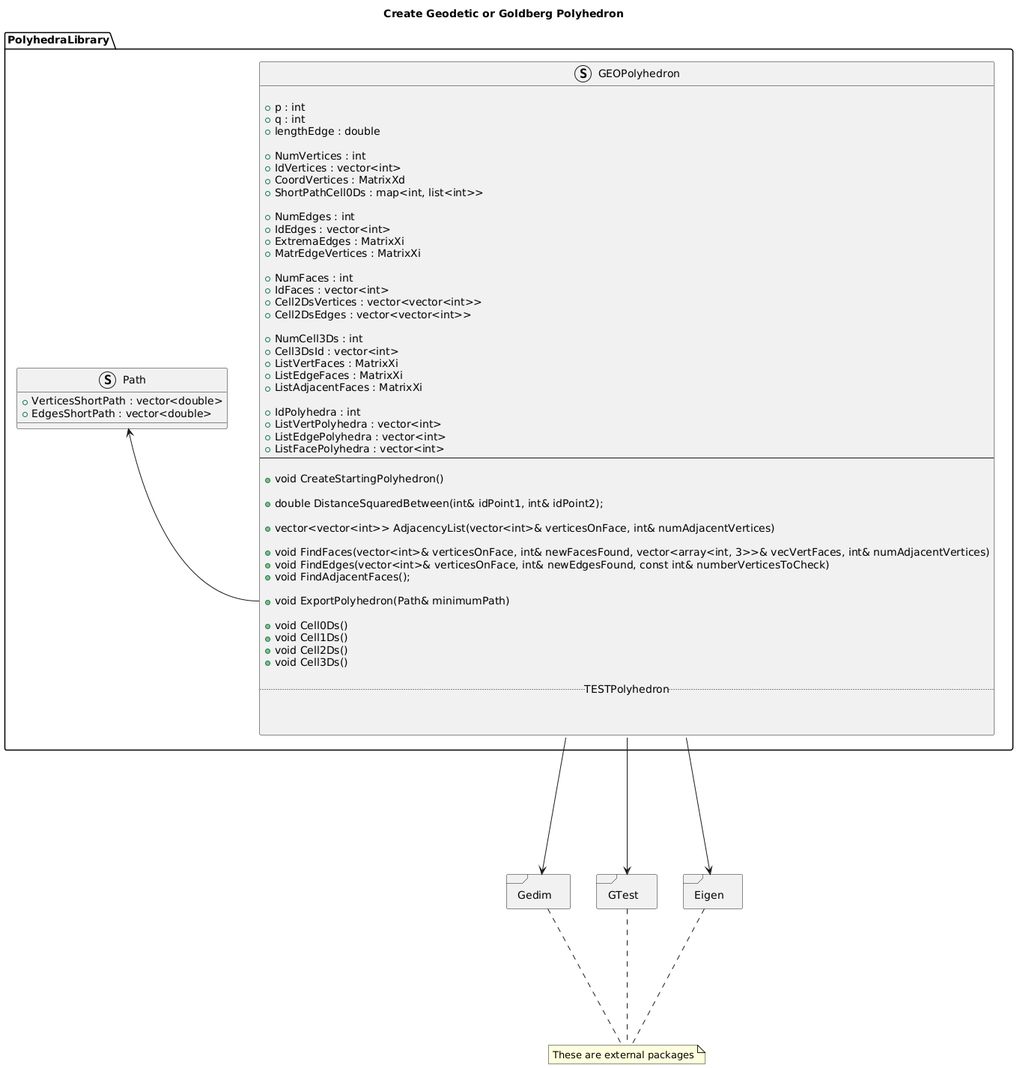
Before: Documentation/PNG_images/PolyhedraLibrary.png, a diagram exported from PlantUML (M4rc10n3/ProgettoPCS2025). The source it was exported from:
```plantuml
@startuml
title Create Geodetic or Goldberg Polyhedron

package PolyhedraLibrary <<Folder>>
{

struct Path {
  + VerticesShortPath : vector<double>
  + EdgesShortPath : vector<double>
  }

struct GEOPolyhedron {

  + p : int
  + q : int
  + lengthEdge : double

  + NumVertices : int
  + IdVertices : vector<int>
  + CoordVertices : MatrixXd
  + ShortPathCell0Ds : map<int, list<int>>

  + NumEdges : int
  + IdEdges : vector<int>
  + ExtremaEdges : MatrixXi
  + MatrEdgeVertices : MatrixXi

  + NumFaces : int
  + IdFaces : vector<int>
  + Cell2DsVertices : vector<vector<int>>
  + Cell2DsEdges : vector<vector<int>>

  + NumCell3Ds : int
  + Cell3DsId : vector<int>
  + ListVertFaces : MatrixXi
  + ListEdgeFaces : MatrixXi
  + ListAdjacentFaces : MatrixXi

  + IdPolyhedra : int
  + ListVertPolyhedra : vector<int>
  + ListEdgePolyhedra : vector<int>
  + ListFacePolyhedra : vector<int>
--

  + void CreateStartingPolyhedron()

  + double DistanceSquaredBetween(int& idPoint1, int& idPoint2);

  + vector<vector<int>> AdjacencyList(vector<int>& verticesOnFace, int& numAdjacentVertices)

  + void FindFaces(vector<int>& verticesOnFace, int& newFacesFound, vector<array<int, 3>>& vecVertFaces, int& numAdjacentVertices)
  + void FindEdges(vector<int>& verticesOnFace, int& newEdgesFound, const int& numberVerticesToCheck)
  + void FindAdjacentFaces();

  + void ExportPolyhedron(Path& minimumPath)

  + void Cell0Ds()
  + void Cell1Ds()
  + void Cell2Ds()
  + void Cell3Ds()

.. TESTPolyhedron ..



}
}

package Gedim <<Frame>>
{

}
package GTest <<Frame>>
{

}
package Eigen <<Frame>>
{

}

GEOPolyhedron::ExportPolyhedron --left--> Path

GEOPolyhedron::GedimInterface --down--> Gedim
GEOPolyhedron::GedimInterface --down--> Eigen
GEOPolyhedron::GedimInterface --down--> GTest


note "These are external packages" as ExternalNote
Gedim --down.. ExternalNote
Eigen --down.. ExternalNote
GTest --down.. ExternalNote
@enduml
```
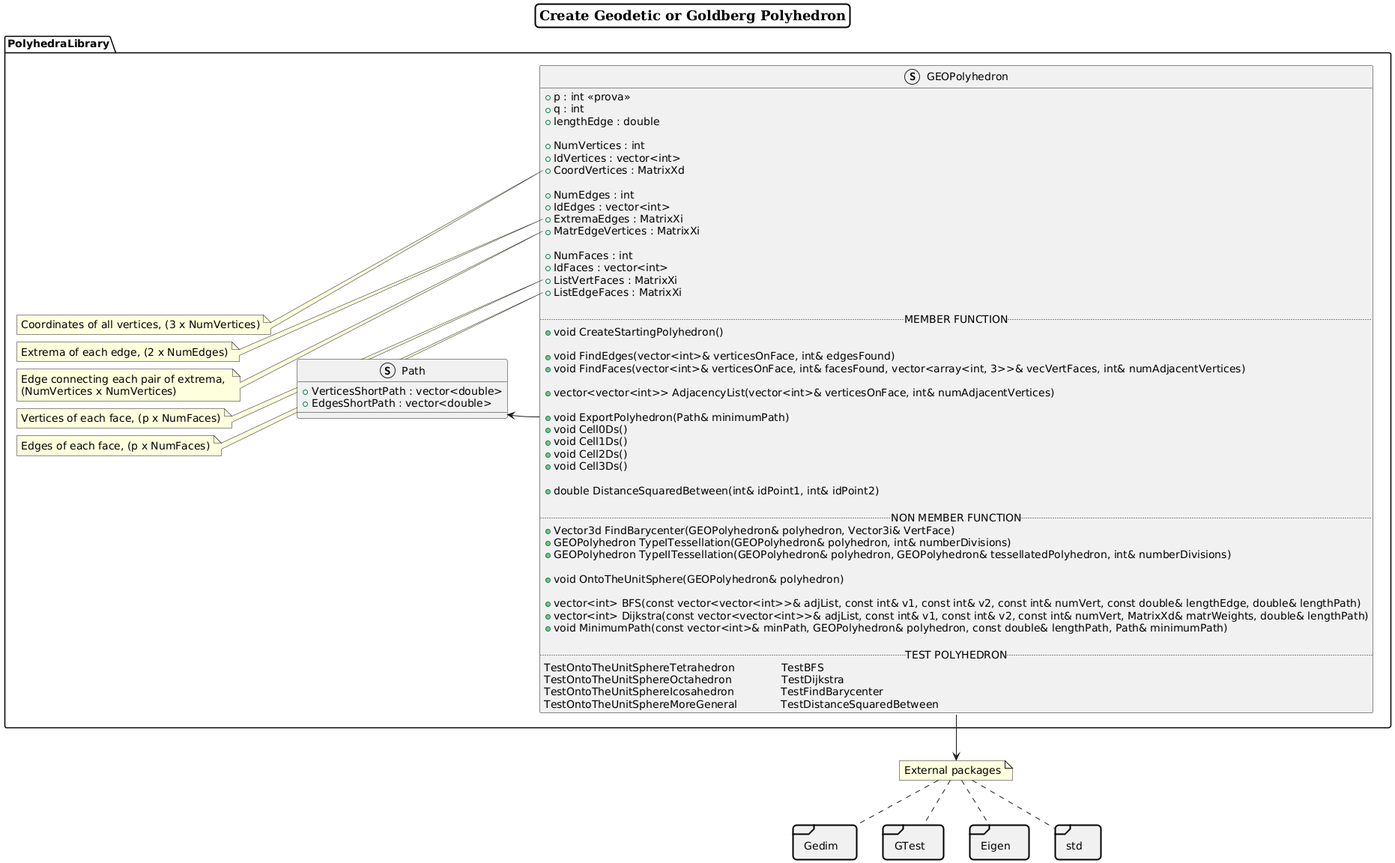
After the change.

Commit message:
PolyhedraLibrary uml

Change to the diagram source:
```diff
@@ -1,24 +1,32 @@
 @startuml
+<style>
+partition{
+    RoundCorner 7
+}
+
+package{
+    RoundCorner 7
+    LineColor #6BC2FA
+    BackgroundColor #BCE5FF}
+</style>
+skinparam defaultFontSize 14
+skinparam titleFontName Serif
+skinparam titleFontSize 18
+skinparam titleBorderColor Black
+skinparam titleBorderThickness 2
+skinparam titleBorderRoundCorner 10
 title Create Geodetic or Goldberg Polyhedron
 
 package PolyhedraLibrary <<Folder>>
 {
-
-struct Path {
-  + VerticesShortPath : vector<double>
-  + EdgesShortPath : vector<double>
-  }
-
 struct GEOPolyhedron {
-
-  + p : int
+  + p : int <<prova>>
   + q : int
   + lengthEdge : double
 
   + NumVertices : int
   + IdVertices : vector<int>
   + CoordVertices : MatrixXd
-  + ShortPathCell0Ds : map<int, list<int>>
 
   + NumEdges : int
   + IdEdges : vector<int>
@@ -27,43 +35,70 @@
 
   + NumFaces : int
   + IdFaces : vector<int>
-  + Cell2DsVertices : vector<vector<int>>
-  + Cell2DsEdges : vector<vector<int>>
-
-  + NumCell3Ds : int
-  + Cell3DsId : vector<int>
   + ListVertFaces : MatrixXi
   + ListEdgeFaces : MatrixXi
-  + ListAdjacentFaces : MatrixXi
 
-  + IdPolyhedra : int
-  + ListVertPolyhedra : vector<int>
-  + ListEdgePolyhedra : vector<int>
-  + ListFacePolyhedra : vector<int>
---
-
+  .. MEMBER FUNCTION ..
   + void CreateStartingPolyhedron()
 
-  + double DistanceSquaredBetween(int& idPoint1, int& idPoint2);
+  + void FindEdges(vector<int>& verticesOnFace, int& edgesFound)
+  + void FindFaces(vector<int>& verticesOnFace, int& facesFound, vector<array<int, 3>>& vecVertFaces, int& numAdjacentVertices)
 
   + vector<vector<int>> AdjacencyList(vector<int>& verticesOnFace, int& numAdjacentVertices)
 
-  + void FindFaces(vector<int>& verticesOnFace, int& newFacesFound, vector<array<int, 3>>& vecVertFaces, int& numAdjacentVertices)
-  + void FindEdges(vector<int>& verticesOnFace, int& newEdgesFound, const int& numberVerticesToCheck)
-  + void FindAdjacentFaces();
-
   + void ExportPolyhedron(Path& minimumPath)
-
   + void Cell0Ds()
   + void Cell1Ds()
   + void Cell2Ds()
   + void Cell3Ds()
 
-.. TESTPolyhedron ..
+  + double DistanceSquaredBetween(int& idPoint1, int& idPoint2)
+
+  .. NON MEMBER FUNCTION ..
+  + Vector3d FindBarycenter(GEOPolyhedron& polyhedron, Vector3i& VertFace)
+  + GEOPolyhedron TypeITessellation(GEOPolyhedron& polyhedron, int& numberDivisions)
+  + GEOPolyhedron TypeIITessellation(GEOPolyhedron& polyhedron, GEOPolyhedron& tessellatedPolyhedron, int& numberDivisions)
+
+  + void OntoTheUnitSphere(GEOPolyhedron& polyhedron)
+
+  + vector<int> BFS(const vector<vector<int>>& adjList, const int& v1, const int& v2, const int& numVert, const double& lengthEdge, double& lengthPath)
+  + vector<int> Dijkstra(const vector<vector<int>>& adjList, const int& v1, const int& v2, const int& numVert, MatrixXd& matrWeights, double& lengthPath)
+  + void MinimumPath(const vector<int>& minPath, GEOPolyhedron& polyhedron, const double& lengthPath, Path& minimumPath)
+
+  .. TEST POLYHEDRON ..
+  TestOntoTheUnitSphereTetrahedron              TestBFS
+  TestOntoTheUnitSphereOctahedron               TestDijkstra
+  TestOntoTheUnitSphereIcosahedron              TestFindBarycenter
+  TestOntoTheUnitSphereMoreGeneral             TestDistanceSquaredBetween
+  }
+  note left of GEOPolyhedron::CoordVertices
+  Coordinates of all vertices, (3 x NumVertices)
+  end note
+
+  note left of GEOPolyhedron::ExtremaEdges
+  Extrema of each edge, (2 x NumEdges)
+  end note
+
+  note left of GEOPolyhedron::MatrEdgeVertices
+  Edge connecting each pair of extrema,
+  (NumVertices x NumVertices)
+  end note
+
+  note left of GEOPolyhedron::ListVertFaces
+  Vertices of each face, (p x NumFaces)
+  end note
+
+  note left of GEOPolyhedron::ListEdgeFaces
+  Edges of each face, (p x NumFaces)
+  end note
 
 
+struct Path {
+  + VerticesShortPath : vector<double>
+  + EdgesShortPath : vector<double>
+  }
 
-}
+  GEOPolyhedron::ExportPolyhedron -left-> Path
 }
 
 package Gedim <<Frame>>
@@ -78,16 +113,15 @@
 {
 
 }
+package std <<Frame>>
+{
 
-GEOPolyhedron::ExportPolyhedron --left--> Path
+}
 
-GEOPolyhedron::GedimInterface --down--> Gedim
-GEOPolyhedron::GedimInterface --down--> Eigen
-GEOPolyhedron::GedimInterface --down--> GTest
-
-
-note "These are external packages" as ExternalNote
-Gedim --down.. ExternalNote
-Eigen --down.. ExternalNote
-GTest --down.. ExternalNote
+note "External packages" as ExternalNote
+GEOPolyhedron::GedimInterface -down-> ExternalNote
+ExternalNote -down. Gedim
+ExternalNote -down. GTest
+ExternalNote -down. Eigen
+ExternalNote -down. std
 @enduml
```
